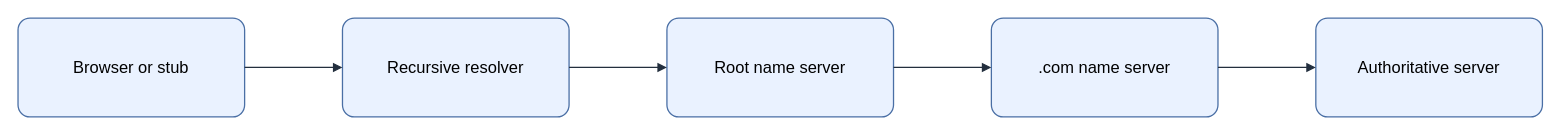
This is assets/img/network/dns-recursive-resolution.drawio from KKamJi98/kkamji98.github.io, a draw.io file, before an edit. Source tidied: cells renumbered, new cells numbered last; positions are measured from the earlier drawing's top-left corner, leaving out a move shared by most shapes. Both pictures are drawn from the tidied source at 103%, with x=0, y=0 at pixel (18, 18).
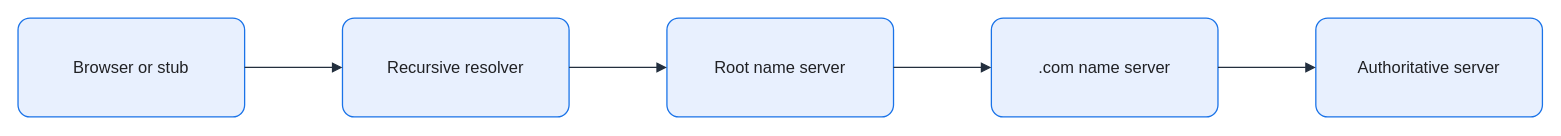
After the change.

Diff of the diagram source:
```diff
@@
 <mxGraphModel background="#FFFFFF">
   <root>
     <mxCell id="0" />
     <mxCell id="1" parent="0" />
-    <mxCell id="2" value="Browser or stub" style="rounded=1;arcSize=12;whiteSpace=wrap;html=0;fillColor=#EAF2FF;strokeColor=#4A6FA5;strokeWidth=1.25;fontColor=#000000;fontSize=16;align=center;verticalAlign=middle;spacing=8;shadow=0;" parent="1" vertex="1">
+    <mxCell id="2" value="Browser or stub" style="rounded=1;arcSize=12;whiteSpace=wrap;html=0;fillColor=#E8F0FE;strokeColor=#1A73E8;strokeWidth=1.25;fontColor=#202124;fontSize=16;align=center;verticalAlign=middle;spacing=8;shadow=0;" parent="1" vertex="1">
       <mxGeometry width="220" height="96" as="geometry" />
     </mxCell>
-    <mxCell id="3" value="Recursive resolver" style="rounded=1;arcSize=12;whiteSpace=wrap;html=0;fillColor=#EAF2FF;strokeColor=#4A6FA5;strokeWidth=1.25;fontColor=#000000;fontSize=16;align=center;verticalAlign=middle;spacing=8;shadow=0;" parent="1" vertex="1">
+    <mxCell id="3" value="Recursive resolver" style="rounded=1;arcSize=12;whiteSpace=wrap;html=0;fillColor=#E8F0FE;strokeColor=#1A73E8;strokeWidth=1.25;fontColor=#202124;fontSize=16;align=center;verticalAlign=middle;spacing=8;shadow=0;" parent="1" vertex="1">
       <mxGeometry x="315" width="220" height="96" as="geometry" />
     </mxCell>
-    <mxCell id="4" value="Root name server" style="rounded=1;arcSize=12;whiteSpace=wrap;html=0;fillColor=#EAF2FF;strokeColor=#4A6FA5;strokeWidth=1.25;fontColor=#000000;fontSize=16;align=center;verticalAlign=middle;spacing=8;shadow=0;" parent="1" vertex="1">
+    <mxCell id="4" value="Root name server" style="rounded=1;arcSize=12;whiteSpace=wrap;html=0;fillColor=#E8F0FE;strokeColor=#1A73E8;strokeWidth=1.25;fontColor=#202124;fontSize=16;align=center;verticalAlign=middle;spacing=8;shadow=0;" parent="1" vertex="1">
       <mxGeometry x="630" width="220" height="96" as="geometry" />
     </mxCell>
-    <mxCell id="5" value=".com name server" style="rounded=1;arcSize=12;whiteSpace=wrap;html=0;fillColor=#EAF2FF;strokeColor=#4A6FA5;strokeWidth=1.25;fontColor=#000000;fontSize=16;align=center;verticalAlign=middle;spacing=8;shadow=0;" parent="1" vertex="1">
+    <mxCell id="5" value=".com name server" style="rounded=1;arcSize=12;whiteSpace=wrap;html=0;fillColor=#E8F0FE;strokeColor=#1A73E8;strokeWidth=1.25;fontColor=#202124;fontSize=16;align=center;verticalAlign=middle;spacing=8;shadow=0;" parent="1" vertex="1">
       <mxGeometry x="945" width="220" height="96" as="geometry" />
     </mxCell>
-    <mxCell id="6" value="Authoritative server" style="rounded=1;arcSize=12;whiteSpace=wrap;html=0;fillColor=#EAF2FF;strokeColor=#4A6FA5;strokeWidth=1.25;fontColor=#000000;fontSize=16;align=center;verticalAlign=middle;spacing=8;shadow=0;" parent="1" vertex="1">
+    <mxCell id="6" value="Authoritative server" style="rounded=1;arcSize=12;whiteSpace=wrap;html=0;fillColor=#E8F0FE;strokeColor=#1A73E8;strokeWidth=1.25;fontColor=#202124;fontSize=16;align=center;verticalAlign=middle;spacing=8;shadow=0;" parent="1" vertex="1">
       <mxGeometry x="1260" width="220" height="96" as="geometry" />
     </mxCell>
-    <mxCell id="7" style="edgeStyle=orthogonalEdgeStyle;rounded=0;jettySize=auto;html=0;endArrow=block;endFill=1;strokeColor=#232F3E;strokeWidth=1.25;fontColor=#000000;labelBackgroundColor=none;exitX=1;exitY=0.5;exitDx=0;exitDy=0;entryX=0;entryY=0.5;entryDx=0;entryDy=0;" parent="1" edge="1" source="2" target="3">
+    <mxCell id="7" style="edgeStyle=orthogonalEdgeStyle;rounded=0;jettySize=auto;html=0;endArrow=block;endFill=1;strokeColor=#232F3E;strokeWidth=1.25;fontColor=#202124;labelBackgroundColor=none;exitX=1;exitY=0.5;exitDx=0;exitDy=0;entryX=0;entryY=0.5;entryDx=0;entryDy=0;endSize=7;" parent="1" edge="1" source="2" target="3">
       <mxGeometry relative="1" as="geometry" />
     </mxCell>
-    <mxCell id="8" style="edgeStyle=orthogonalEdgeStyle;rounded=0;jettySize=auto;html=0;endArrow=block;endFill=1;strokeColor=#232F3E;strokeWidth=1.25;fontColor=#000000;labelBackgroundColor=none;exitX=1;exitY=0.5;exitDx=0;exitDy=0;entryX=0;entryY=0.5;entryDx=0;entryDy=0;" parent="1" edge="1" source="3" target="4">
+    <mxCell id="8" style="edgeStyle=orthogonalEdgeStyle;rounded=0;jettySize=auto;html=0;endArrow=block;endFill=1;strokeColor=#232F3E;strokeWidth=1.25;fontColor=#202124;labelBackgroundColor=none;exitX=1;exitY=0.5;exitDx=0;exitDy=0;entryX=0;entryY=0.5;entryDx=0;entryDy=0;endSize=7;" parent="1" edge="1" source="3" target="4">
       <mxGeometry relative="1" as="geometry" />
     </mxCell>
-    <mxCell id="9" style="edgeStyle=orthogonalEdgeStyle;rounded=0;jettySize=auto;html=0;endArrow=block;endFill=1;strokeColor=#232F3E;strokeWidth=1.25;fontColor=#000000;labelBackgroundColor=none;exitX=1;exitY=0.5;exitDx=0;exitDy=0;entryX=0;entryY=0.5;entryDx=0;entryDy=0;" parent="1" edge="1" source="4" target="5">
+    <mxCell id="9" style="edgeStyle=orthogonalEdgeStyle;rounded=0;jettySize=auto;html=0;endArrow=block;endFill=1;strokeColor=#232F3E;strokeWidth=1.25;fontColor=#202124;labelBackgroundColor=none;exitX=1;exitY=0.5;exitDx=0;exitDy=0;entryX=0;entryY=0.5;entryDx=0;entryDy=0;endSize=7;" parent="1" edge="1" source="4" target="5">
       <mxGeometry relative="1" as="geometry" />
     </mxCell>
-    <mxCell id="10" style="edgeStyle=orthogonalEdgeStyle;rounded=0;jettySize=auto;html=0;endArrow=block;endFill=1;strokeColor=#232F3E;strokeWidth=1.25;fontColor=#000000;labelBackgroundColor=none;exitX=1;exitY=0.5;exitDx=0;exitDy=0;entryX=0;entryY=0.5;entryDx=0;entryDy=0;" parent="1" edge="1" source="5" target="6">
+    <mxCell id="10" style="edgeStyle=orthogonalEdgeStyle;rounded=0;jettySize=auto;html=0;endArrow=block;endFill=1;strokeColor=#232F3E;strokeWidth=1.25;fontColor=#202124;labelBackgroundColor=none;exitX=1;exitY=0.5;exitDx=0;exitDy=0;entryX=0;entryY=0.5;entryDx=0;entryDy=0;endSize=7;" parent="1" edge="1" source="5" target="6">
       <mxGeometry relative="1" as="geometry" />
     </mxCell>
   </root>
 </mxGraphModel>
```
